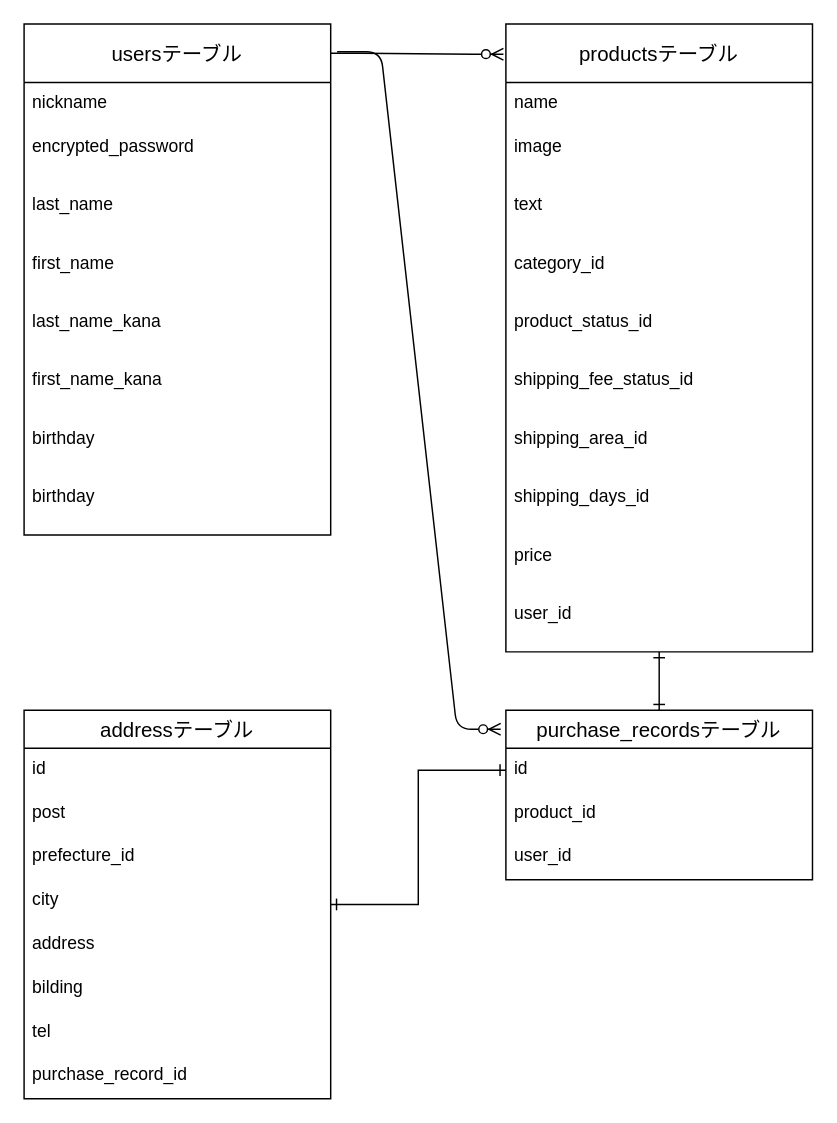
The draw.io diagram furima.dio in fuji0920/furima--28658-, before the edit. Source tidied: cells renumbered, new cells numbered last; positions are measured from the earlier drawing's top-left corner, leaving out a move shared by most shapes. Both pictures are drawn from the tidied source at 146%, with x=0, y=0 at pixel (23, 23).
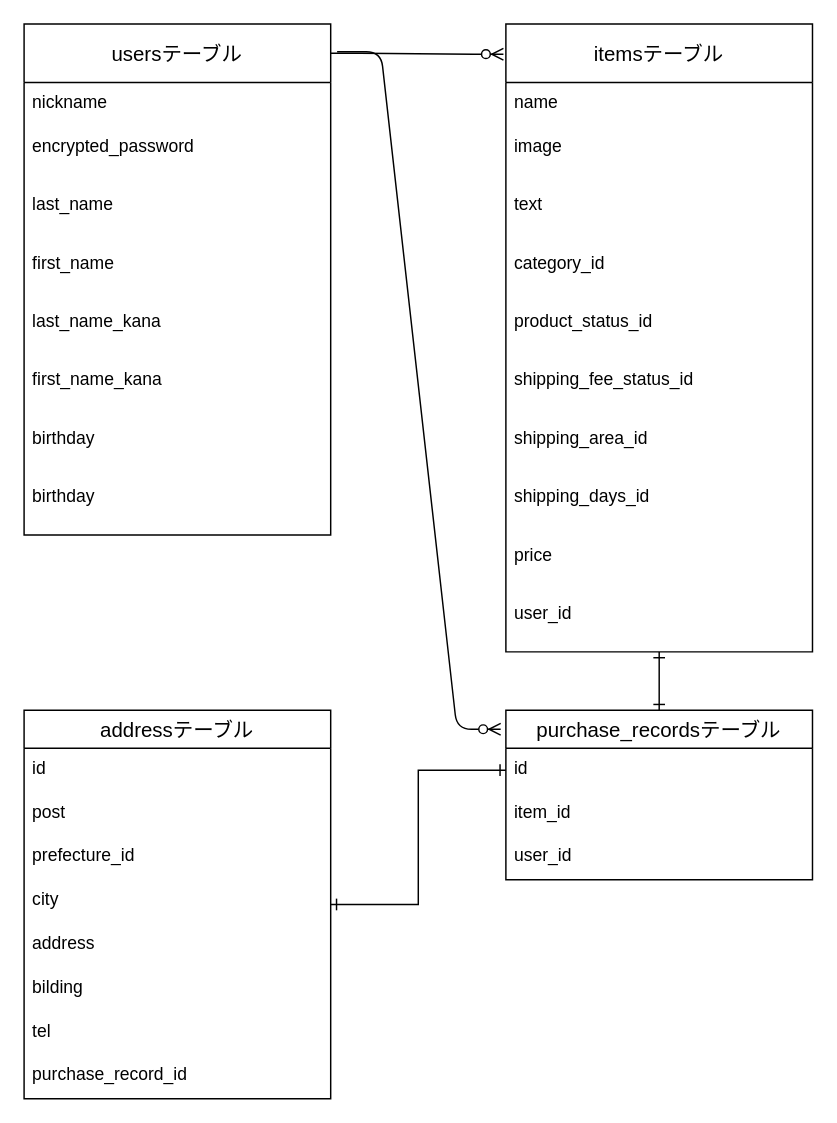
Above is the later version.

The change refers to these unchanged cells:
```xml
<mxCell id="35" value="purchase_recordsテーブル" style="swimlane;fontStyle=0;horizontal=1;startSize=26;align=center;fontSize=14;" parent="1" vertex="1">
  <mxGeometry x="330" y="470" width="210" height="116" as="geometry" />
</mxCell>
```

The edit, as a diff of the source:
```diff
@@
-    <mxCell id="13" value="productsテーブル" style="swimlane;fontStyle=0;horizontal=1;startSize=40;align=center;fontSize=14;" parent="1" vertex="1">
+    <mxCell id="13" value="itemsテーブル" style="swimlane;fontStyle=0;horizontal=1;startSize=40;align=center;fontSize=14;" parent="1" vertex="1">
       <mxGeometry x="330" width="210" height="430" as="geometry" />
     </mxCell>
@@
-    <mxCell id="37" value="product_id" style="text;strokeColor=none;fillColor=none;spacingLeft=4;spacingRight=4;overflow=hidden;fontSize=12;" parent="35" vertex="1">
+    <mxCell id="37" value="item_id" style="text;strokeColor=none;fillColor=none;spacingLeft=4;spacingRight=4;overflow=hidden;fontSize=12;" parent="35" vertex="1">
       <mxGeometry y="56" width="210" height="30" as="geometry" />
     </mxCell>
```
